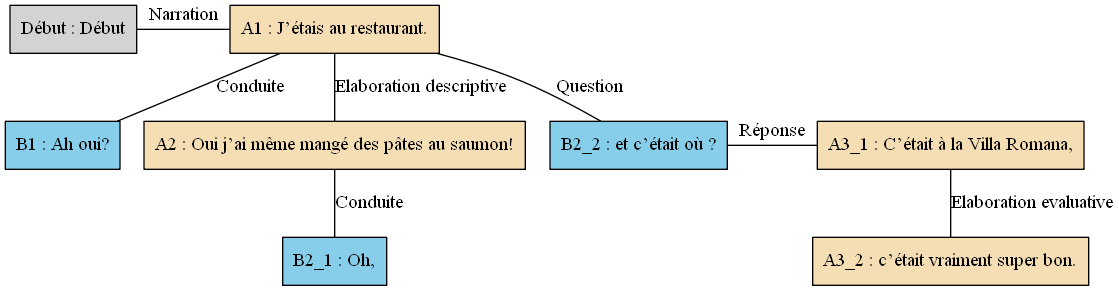
This is arbres/Bac_a_sable/Bac_a_sable_-_C06.gv.png from AlaixComet/AnnotationSlamPTut, a Graphviz export, as it was before one commit. Its source is kept beside it as arbres/Bac_a_sable/Bac_a_sable_-_C06.gv. The source it was exported from:
```dot
digraph C06 {
	node [shape=box style=filled]
	"Début" [label="Début : Début"]
	A1 [label="A1 : J’étais au restaurant." fillcolor=wheat]
	B1 [label="B1 : Ah oui?" fillcolor=skyblue]
	A2 [label="A2 : Oui j’ai même mangé des pâtes au saumon!" fillcolor=wheat]
	B2_1 [label="B2_1 : Oh," fillcolor=skyblue]
	B2_2 [label="B2_2 : et c’était où ?" fillcolor=skyblue]
	A3_1 [label="A3_1 : C’était à la Villa Romana," fillcolor=wheat]
	A3_2 [label="A3_2 : c’était vraiment super bon." fillcolor=wheat]
	{
		rank=same
		"Début"
		A1
		"Début" -> A1 [label=Narration dir=none]
	}
	A1 -> B1 [label=Conduite dir=none]
	A1 -> A2 [label="Elaboration descriptive" dir=none]
	A2 -> B2_1 [label=Conduite dir=none]
	A1 -> B2_2 [label=Question dir=none]
	{
		rank=same
		B2_2
		A3_1
		B2_2 -> A3_1 [label="Réponse" dir=none]
	}
	A3_1 -> A3_2 [label="Elaboration evaluative" dir=none]
}
```
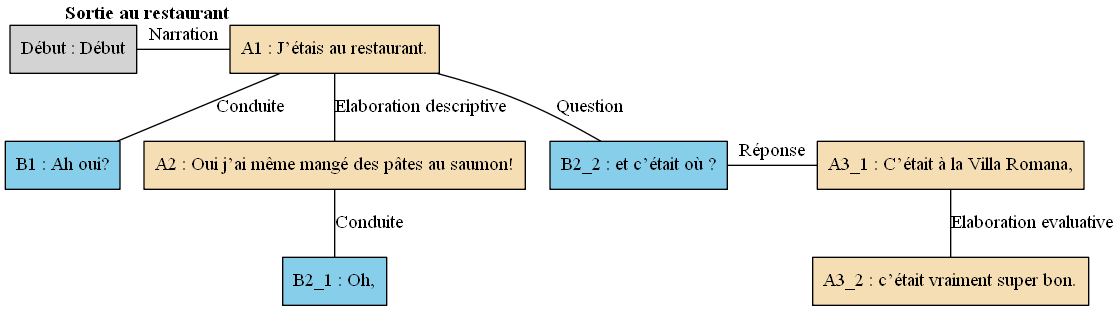
Later version of the same file.

The edit, as a diff of the source:
```diff
@@ -1,13 +1,13 @@
 digraph C06 {
 	node [shape=box style=filled]
-	"Début" [label="Début : Début"]
-	A1 [label="A1 : J’étais au restaurant." fillcolor=wheat]
-	B1 [label="B1 : Ah oui?" fillcolor=skyblue]
-	A2 [label="A2 : Oui j’ai même mangé des pâtes au saumon!" fillcolor=wheat]
-	B2_1 [label="B2_1 : Oh," fillcolor=skyblue]
-	B2_2 [label="B2_2 : et c’était où ?" fillcolor=skyblue]
-	A3_1 [label="A3_1 : C’était à la Villa Romana," fillcolor=wheat]
-	A3_2 [label="A3_2 : c’était vraiment super bon." fillcolor=wheat]
+	"Début" [label="Début : Début" xlabel=""]
+	A1 [label="A1 : J’étais au restaurant." fillcolor=wheat xlabel=<<B>Sortie au restaurant</B>>]
+	B1 [label="B1 : Ah oui?" fillcolor=skyblue xlabel=""]
+	A2 [label="A2 : Oui j’ai même mangé des pâtes au saumon!" fillcolor=wheat xlabel=""]
+	B2_1 [label="B2_1 : Oh," fillcolor=skyblue xlabel=""]
+	B2_2 [label="B2_2 : et c’était où ?" fillcolor=skyblue xlabel=""]
+	A3_1 [label="A3_1 : C’était à la Villa Romana," fillcolor=wheat xlabel=""]
+	A3_2 [label="A3_2 : c’était vraiment super bon." fillcolor=wheat xlabel=""]
 	{
 		rank=same
 		"Début"
```
